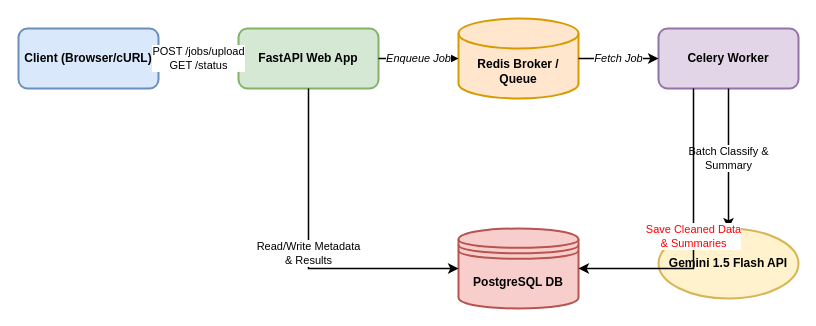
This is drawio_architecture.drawio from jk942/assignment, a draw.io file, before an edit. Source tidied: cells renumbered, new cells numbered last; positions are measured from the earlier drawing's top-left corner, leaving out a move shared by most shapes. Both pictures are drawn from the tidied source at 100%, with x=0, y=0 at pixel (18, 18).
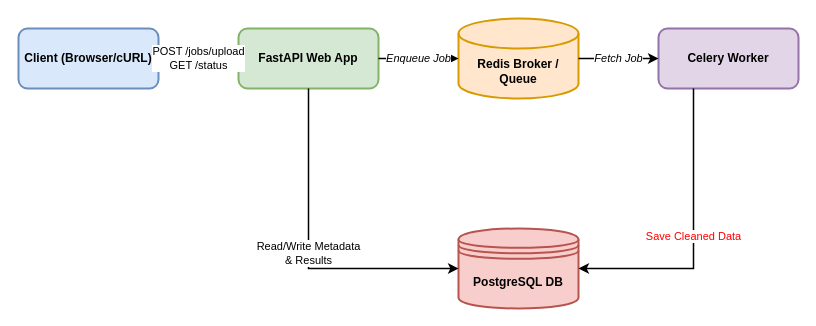
Above is the later version.

Commit message (it also covers changes not shown here):
Clean up all remaining AI/Gemini references from tests, configs, and architecture diagram

The edit, as a diff of the source:
```diff
@@
 <mxGraphModel>
   <root>
     <mxCell id="0" />
     <mxCell id="1" parent="0" />
     <mxCell id="2" value="Client (Browser/cURL)" style="rounded=1;whiteSpace=wrap;html=1;fillColor=#dae8fc;strokeColor=#6c8ebf;strokeWidth=2;fontStyle=1;" parent="1" vertex="1">
       <mxGeometry y="10" width="140" height="60" as="geometry" />
     </mxCell>
     <mxCell id="3" value="FastAPI Web App" style="rounded=1;whiteSpace=wrap;html=1;fillColor=#d5e8d4;strokeColor=#82b366;strokeWidth=2;fontStyle=1;" parent="1" vertex="1">
       <mxGeometry x="220" y="10" width="140" height="60" as="geometry" />
     </mxCell>
     <mxCell id="4" value="Redis Broker / Queue" style="shape=cylinder3;boundedLbl=1;backgroundOutline=1;size=15;whiteSpace=wrap;html=1;fillColor=#ffe6cc;strokeColor=#d79b00;strokeWidth=2;fontStyle=1;" parent="1" vertex="1">
       <mxGeometry x="440" width="120" height="80" as="geometry" />
     </mxCell>
     <mxCell id="5" value="Celery Worker" style="rounded=1;whiteSpace=wrap;html=1;fillColor=#e1d5e7;strokeColor=#9673a6;strokeWidth=2;fontStyle=1;" parent="1" vertex="1">
       <mxGeometry x="640" y="10" width="140" height="60" as="geometry" />
     </mxCell>
     <mxCell id="6" value="PostgreSQL DB" style="shape=datastore;whiteSpace=wrap;html=1;fillColor=#f8cecc;strokeColor=#b85450;strokeWidth=2;fontStyle=1;" parent="1" vertex="1">
       <mxGeometry x="440" y="210" width="120" height="80" as="geometry" />
     </mxCell>
-    <mxCell id="7" value="Gemini 1.5 Flash API" style="ellipse;whiteSpace=wrap;html=1;fillColor=#fff2cc;strokeColor=#d6b656;strokeWidth=2;fontStyle=1;" parent="1" vertex="1">
-      <mxGeometry x="640" y="210" width="140" height="70" as="geometry" />
-    </mxCell>
     <mxCell id="8" value="POST /jobs/upload&#10;GET /status" style="edgeStyle=orthogonalEdgeStyle;rounded=0;jettySize=auto;html=1;exitX=1;exitY=0.5;exitDx=0;exitDy=0;entryX=0;entryY=0.5;entryDx=0;entryDy=0;strokeWidth=1.5;" parent="1" edge="1" source="2" target="3">
       <mxGeometry relative="1" as="geometry" />
     </mxCell>
     <mxCell id="9" value="Enqueue Job" style="edgeStyle=orthogonalEdgeStyle;rounded=0;jettySize=auto;html=1;exitX=1;exitY=0.5;exitDx=0;exitDy=0;entryX=0;entryY=0.5;entryDx=0;entryDy=0;entryPerimeter=0;strokeWidth=1.5;fontStyle=2;" parent="1" edge="1" source="3" target="4">
       <mxGeometry relative="1" as="geometry" />
     </mxCell>
     <mxCell id="10" value="Fetch Job" style="edgeStyle=orthogonalEdgeStyle;rounded=0;jettySize=auto;html=1;exitX=1;exitY=0.5;exitDx=0;exitDy=0;exitPerimeter=0;entryX=0;entryY=0.5;entryDx=0;entryDy=0;strokeWidth=1.5;fontStyle=2;" parent="1" edge="1" source="4" target="5">
       <mxGeometry relative="1" as="geometry" />
     </mxCell>
-    <mxCell id="11" value="Batch Classify &amp;&#10;Summary" style="edgeStyle=orthogonalEdgeStyle;rounded=0;jettySize=auto;html=1;exitX=0.5;exitY=1;exitDx=0;exitDy=0;entryX=0.5;entryY=0;entryDx=0;entryDy=0;strokeWidth=1.5;" parent="1" edge="1" source="5" target="7">
-      <mxGeometry relative="1" as="geometry" />
-    </mxCell>
-    <mxCell id="12" value="Save Cleaned Data&#10;&amp; Summaries" style="edgeStyle=orthogonalEdgeStyle;rounded=0;jettySize=auto;html=1;exitX=0.25;exitY=1;exitDx=0;exitDy=0;entryX=1;entryY=0.5;entryDx=0;entryDy=0;strokeWidth=1.5;fontColor=#FF0000;" parent="1" edge="1" source="5" target="6">
+    <mxCell id="12" value="Save Cleaned Data" style="edgeStyle=orthogonalEdgeStyle;rounded=0;jettySize=auto;html=1;exitX=0.25;exitY=1;exitDx=0;exitDy=0;entryX=1;entryY=0.5;entryDx=0;entryDy=0;strokeWidth=1.5;fontColor=#FF0000;" parent="1" edge="1" source="5" target="6">
       <mxGeometry relative="1" as="geometry" />
     </mxCell>
     <mxCell id="13" value="Read/Write Metadata&#10;&amp; Results" style="edgeStyle=orthogonalEdgeStyle;rounded=0;jettySize=auto;html=1;exitX=0.5;exitY=1;exitDx=0;exitDy=0;entryX=0;entryY=0.5;entryDx=0;entryDy=0;strokeWidth=1.5;" parent="1" edge="1" source="3" target="6">
       <mxGeometry relative="1" as="geometry" />
     </mxCell>
   </root>
 </mxGraphModel>
```
